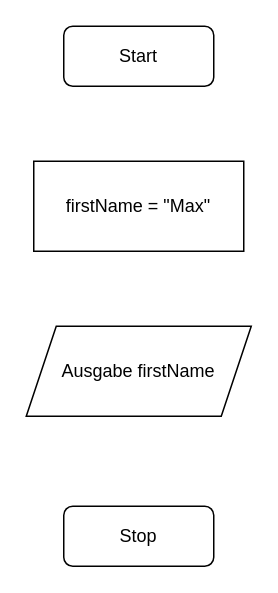
The draw.io diagram pap.drawio in CC-Prozedual-Prog/01_Variablen, before the edit. Source tidied: cells renumbered, new cells numbered last; positions are measured from the earlier drawing's top-left corner, leaving out a move shared by most shapes. Both pictures are drawn from the tidied source at 150%, with x=0, y=0 at pixel (26, 26).
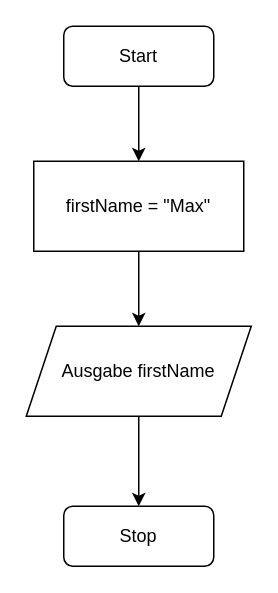
Above is the later version.

Commit message (it also covers changes not shown here):
++ pap, updated skript

Diff of the diagram source:
```diff
@@
 <mxGraphModel>
   <root>
     <mxCell id="0" />
     <mxCell id="1" parent="0" />
+    <mxCell id="6" style="edgeStyle=none;html=1;entryX=0.5;entryY=0;entryDx=0;entryDy=0;" parent="1" edge="1" source="2" target="4">
+      <mxGeometry relative="1" as="geometry" />
+    </mxCell>
     <mxCell id="2" value="Start" style="rounded=1;whiteSpace=wrap;html=1;" parent="1" vertex="1">
       <mxGeometry x="25" width="100" height="40" as="geometry" />
     </mxCell>
     <mxCell id="3" value="Stop" style="rounded=1;whiteSpace=wrap;html=1;" parent="1" vertex="1">
       <mxGeometry x="25" y="320" width="100" height="40" as="geometry" />
     </mxCell>
+    <mxCell id="7" style="edgeStyle=none;html=1;exitX=0.5;exitY=1;exitDx=0;exitDy=0;entryX=0.5;entryY=0;entryDx=0;entryDy=0;" parent="1" edge="1" source="4" target="5">
+      <mxGeometry relative="1" as="geometry" />
+    </mxCell>
     <mxCell id="4" value="&lt;span&gt;firstName = &quot;Max&lt;/span&gt;&lt;span&gt;&quot;&lt;/span&gt;" style="rounded=0;whiteSpace=wrap;html=1;" parent="1" vertex="1">
       <mxGeometry x="5" y="90" width="140" height="60" as="geometry" />
     </mxCell>
+    <mxCell id="8" style="edgeStyle=none;html=1;exitX=0.5;exitY=1;exitDx=0;exitDy=0;entryX=0.5;entryY=0;entryDx=0;entryDy=0;" parent="1" edge="1" source="5" target="3">
+      <mxGeometry relative="1" as="geometry" />
+    </mxCell>
     <mxCell id="5" value="Ausgabe firstName" style="shape=parallelogram;perimeter=parallelogramPerimeter;whiteSpace=wrap;html=1;fixedSize=1;" parent="1" vertex="1">
       <mxGeometry y="200" width="150" height="60" as="geometry" />
     </mxCell>
   </root>
 </mxGraphModel>
```
